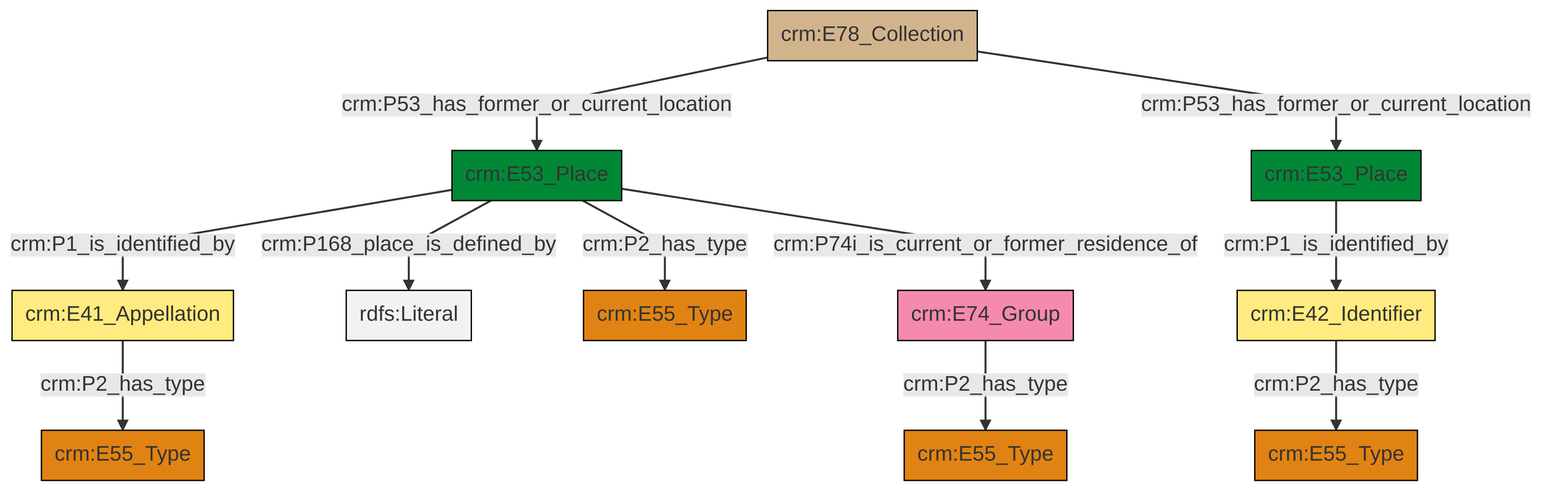
The Mermaid diagram et/archivalCSV/ttl/mmd/png/archival_location.png in swiss-art-research-net/docs.swissartresearch, before a commit. Its source is kept beside it as et/archivalCSV/ttl/mmd/archival_location.ttl.mmd.
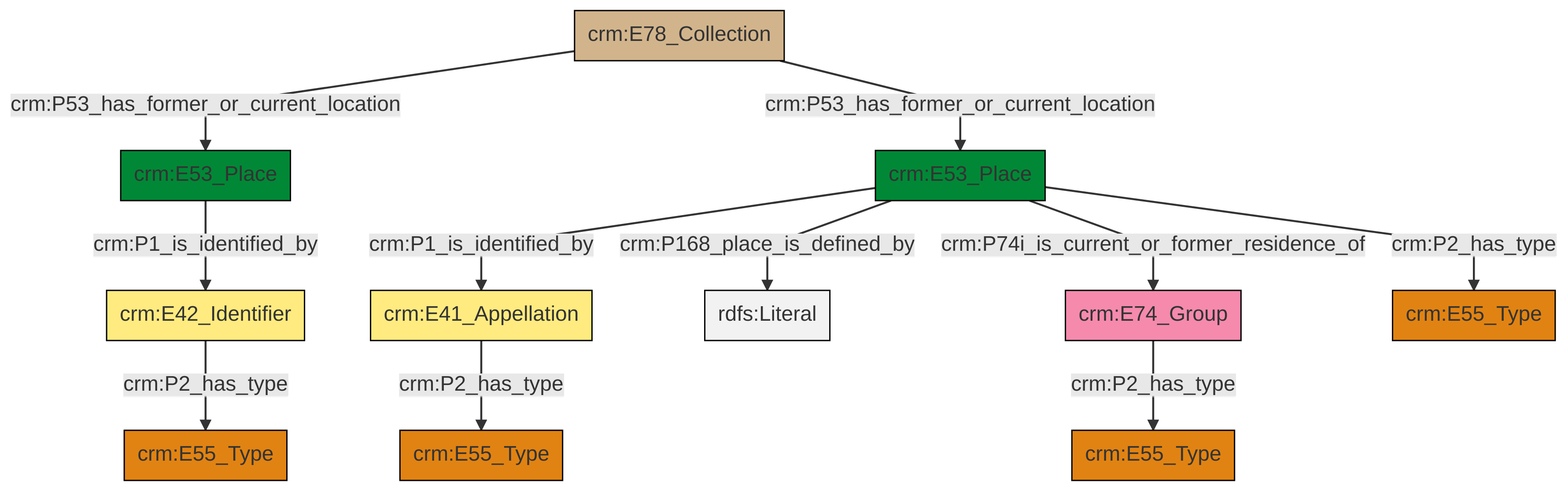
After the change.

Change to the diagram source:
```diff
@@ -13,13 +13,13 @@
 classDef PC_Classes fill:#4ce600, stroke:#000000;
 classDef Multi fill:#cccccc,stroke:#000000;
 
-2["crm:E74_Group"]:::Actor -->|crm:P2_has_type| 3["crm:E55_Type"]:::Type
-5["crm:E53_Place"]:::Place -->|crm:P1_is_identified_by| 6["crm:E41_Appellation"]:::Appellation
-5["crm:E53_Place"]:::Place -->|crm:P168_place_is_defined_by| 7[rdfs:Literal]:::Literal
-10["crm:E42_Identifier"]:::Appellation -->|crm:P2_has_type| 8["crm:E55_Type"]:::Type
-5["crm:E53_Place"]:::Place -->|crm:P2_has_type| 12["crm:E55_Type"]:::Type
-20["crm:E78_Collection"]:::Physical_Thing -->|crm:P53_has_former_or_current_location| 5["crm:E53_Place"]:::Place
-6["crm:E41_Appellation"]:::Appellation -->|crm:P2_has_type| 14["crm:E55_Type"]:::Type
-5["crm:E53_Place"]:::Place -->|crm:P74i_is_current_or_former_residence_of| 2["crm:E74_Group"]:::Actor
-0["crm:E53_Place"]:::Place -->|crm:P1_is_identified_by| 10["crm:E42_Identifier"]:::Appellation
-20["crm:E78_Collection"]:::Physical_Thing -->|crm:P53_has_former_or_current_location| 0["crm:E53_Place"]:::Place
+2["crm:E41_Appellation"]:::Appellation -->|crm:P2_has_type| 3["crm:E55_Type"]:::Type
+0["crm:E74_Group"]:::Actor -->|crm:P2_has_type| 4["crm:E55_Type"]:::Type
+6["crm:E53_Place"]:::Place -->|crm:P168_place_is_defined_by| 7[rdfs:Literal]:::Literal
+6["crm:E53_Place"]:::Place -->|crm:P1_is_identified_by| 2["crm:E41_Appellation"]:::Appellation
+9["crm:E53_Place"]:::Place -->|crm:P1_is_identified_by| 10["crm:E42_Identifier"]:::Appellation
+10["crm:E42_Identifier"]:::Appellation -->|crm:P2_has_type| 11["crm:E55_Type"]:::Type
+13["crm:E78_Collection"]:::Physical_Thing -->|crm:P53_has_former_or_current_location| 9["crm:E53_Place"]:::Place
+6["crm:E53_Place"]:::Place -->|crm:P2_has_type| 15["crm:E55_Type"]:::Type
+13["crm:E78_Collection"]:::Physical_Thing -->|crm:P53_has_former_or_current_location| 6["crm:E53_Place"]:::Place
+6["crm:E53_Place"]:::Place -->|crm:P74i_is_current_or_former_residence_of| 0["crm:E74_Group"]:::Actor
```
